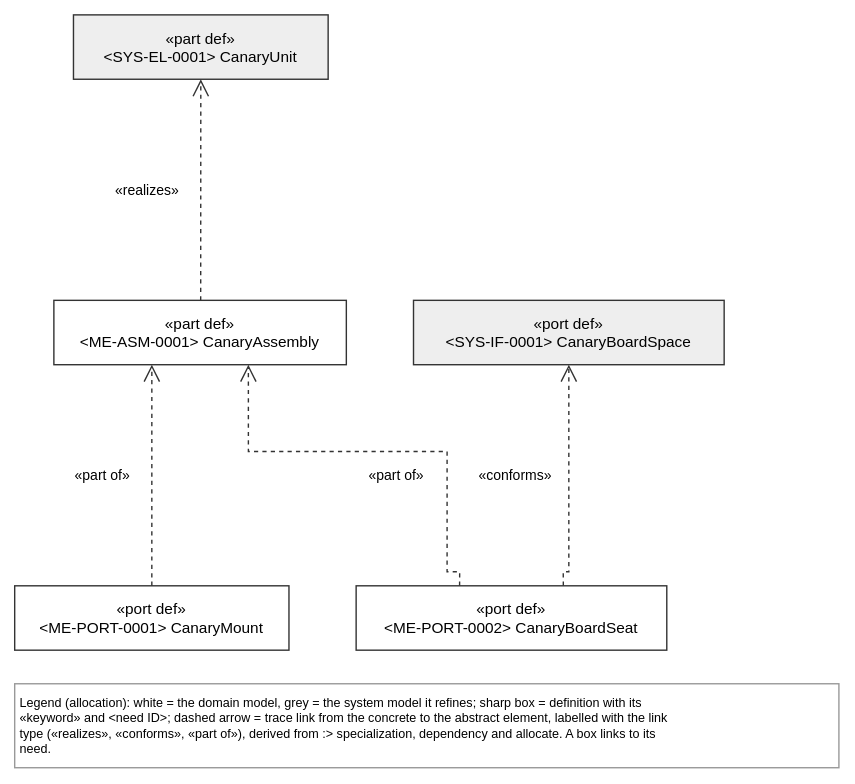
Above: views/meAllocation.drawio.svg in tiacsys/robarm-me (draw.io), before the change. Source tidied: cells renumbered, new cells last; positions are measured from the earlier drawing's top-left corner, leaving out a move shared by most shapes.
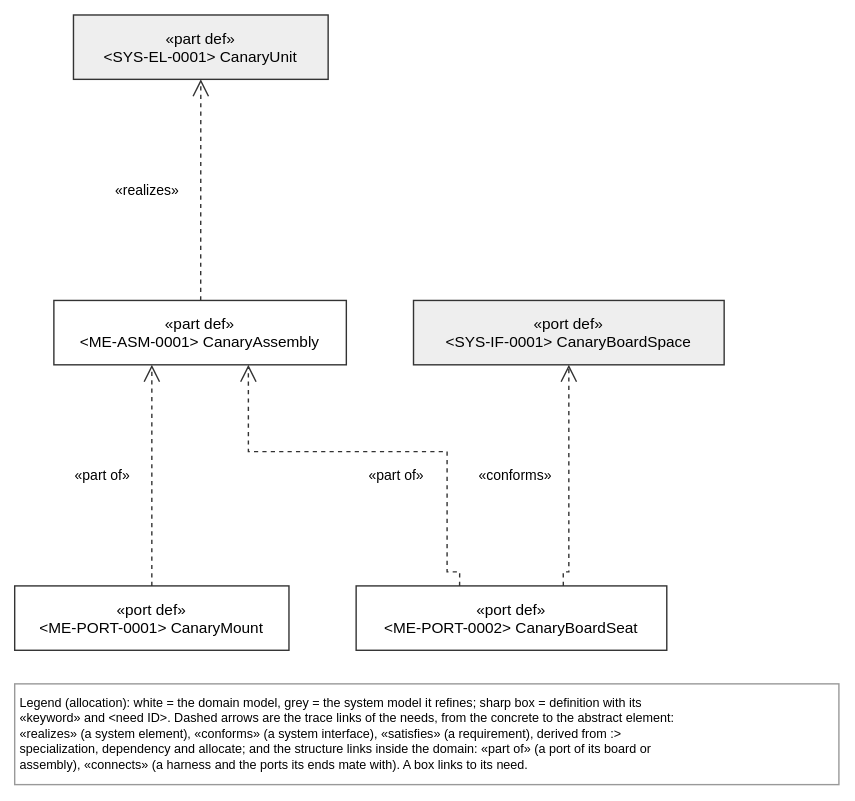
After the change.

The edit, as a diff of the source:
```diff
@@ -17,8 +17,8 @@
     <mxCell id="6" value="«part def»&#10;&lt;SYS-EL-0001&gt; CanaryUnit" style="html=0;fontFamily=Helvetica;fontSize=11;strokeColor=#333333;rounded=0;fillColor=#FFFFFF;verticalAlign=middle;fillColor=#EEEEEE;" parent="1" vertex="1">
       <mxGeometry x="42" width="182" height="46" as="geometry" />
     </mxCell>
-    <mxCell id="7" value="Legend (allocation): white = the domain model, grey = the system model it refines; sharp box = definition with its&#10;«keyword» and &lt;need ID&gt;; dashed arrow = trace link from the concrete to the abstract element, labelled with the link&#10;type («realizes», «conforms», «part of»), derived from :&gt; specialization, dependency and allocate. A box links to its&#10;need." style="text;html=0;align=left;verticalAlign=top;fontFamily=Helvetica;fontSize=9;fillColor=#FFFFFF;strokeColor=#999999;spacing=4;" parent="1" vertex="1">
-      <mxGeometry y="478" width="589" height="60" as="geometry" />
+    <mxCell id="7" value="Legend (allocation): white = the domain model, grey = the system model it refines; sharp box = definition with its&#10;«keyword» and &lt;need ID&gt;. Dashed arrows are the trace links of the needs, from the concrete to the abstract element:&#10;«realizes» (a system element), «conforms» (a system interface), «satisfies» (a requirement), derived from :&gt;&#10;specialization, dependency and allocate; and the structure links inside the domain: «part of» (a port of its board or&#10;assembly), «connects» (a harness and the ports its ends mate with). A box links to its need." style="text;html=0;align=left;verticalAlign=top;fontFamily=Helvetica;fontSize=9;fillColor=#FFFFFF;strokeColor=#999999;spacing=4;" parent="1" vertex="1">
+      <mxGeometry y="478" width="589" height="72" as="geometry" />
     </mxCell>
     <mxCell id="8" value="«realizes»" style="html=0;rounded=0;endSize=10;startSize=14;fontFamily=Helvetica;fontSize=10;labelBackgroundColor=#FFFFFF;strokeColor=#333333;dashed=1;endArrow=open;exitX=0.502;exitY=0.000;exitDx=0;exitDy=0;exitPerimeter=0;entryX=0.500;entryY=1.000;entryDx=0;entryDy=0;entryPerimeter=0;" parent="1" edge="1" source="2" target="6">
       <mxGeometry relative="1" as="geometry">
```
